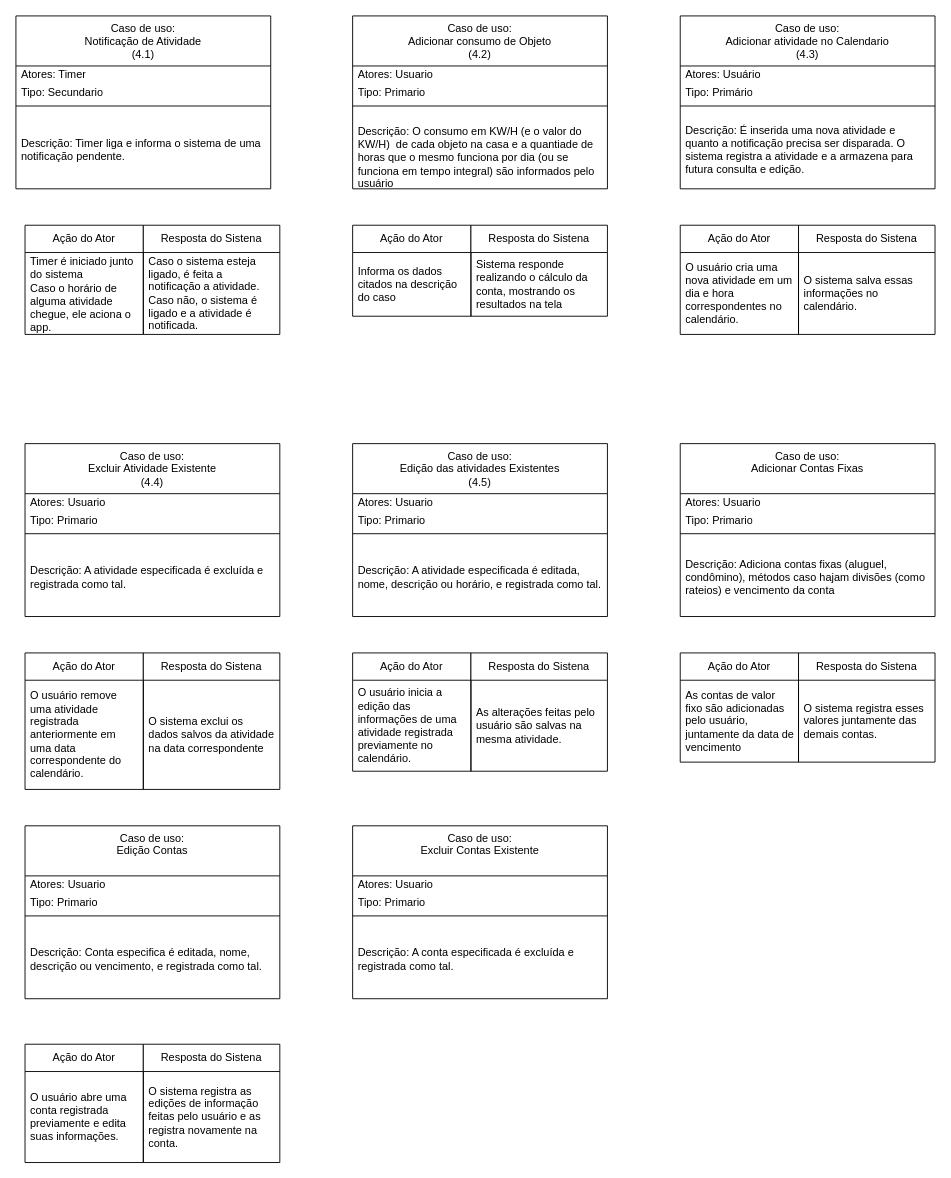
Above: Docs/Caso_de_uso_AltoNivel.drawio in Sleeper02/ESI (draw.io), before the change. Source tidied: cells renumbered, new cells numbered last; positions are measured from the earlier drawing's top-left corner, leaving out a move shared by most shapes. Both pictures are drawn from the tidied source at 91%, with x=0, y=0 at pixel (15, 15).
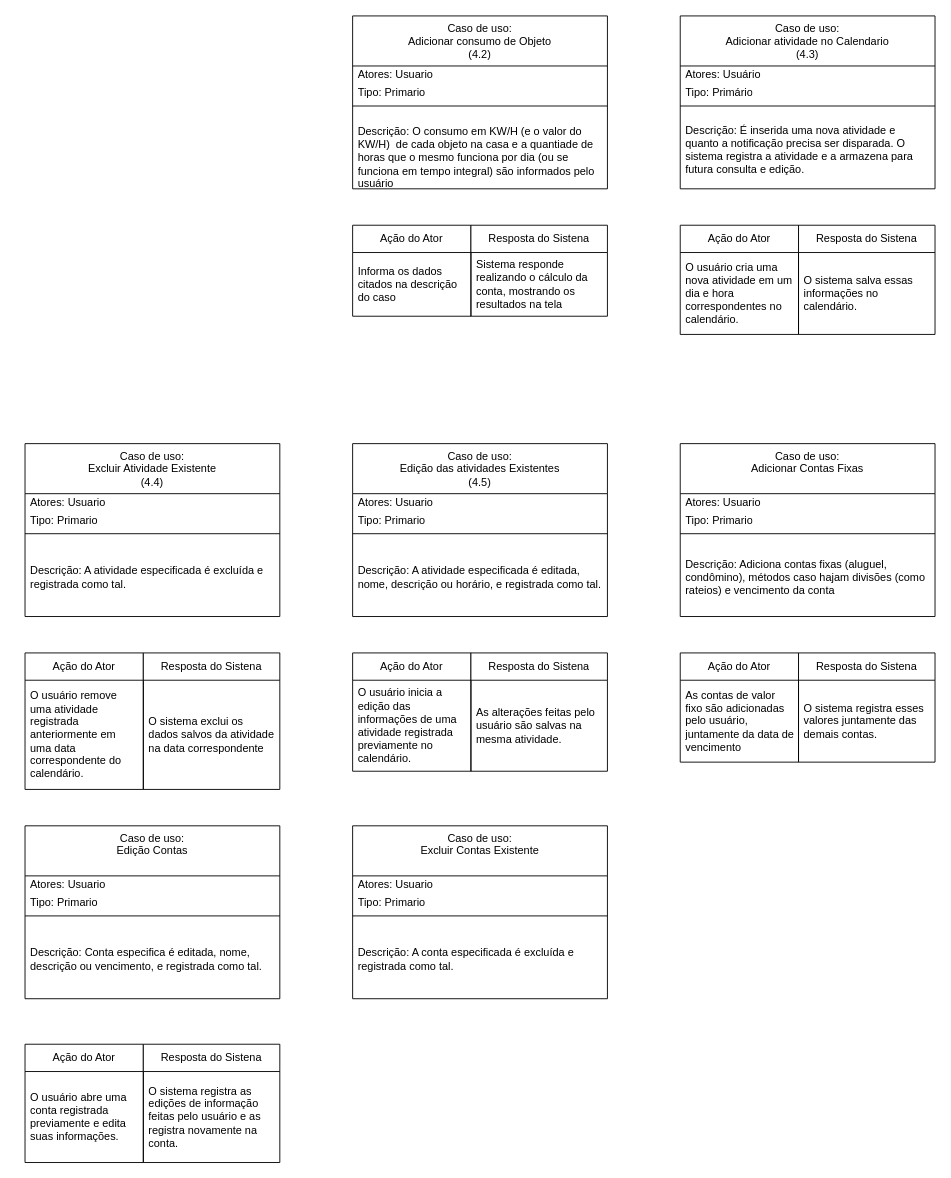
After the change.

What changed in the source:
```diff
@@
-    <mxCell id="12" value="Caso de uso:&lt;br&gt;Notificação de Atividade&lt;br&gt;(4.1)" style="swimlane;fontStyle=0;align=center;verticalAlign=top;horizontal=1;startSize=55;html=1;whiteSpace=wrap;" parent="1" vertex="1">
-      <mxGeometry width="280" height="190" as="geometry" />
-    </mxCell>
-    <mxCell id="13" value="&lt;span style=&quot;&quot;&gt;Atores: Timer&lt;/span&gt;" style="text;html=1;strokeColor=none;fillColor=none;align=left;verticalAlign=middle;spacingLeft=4;spacingRight=4;overflow=hidden;whiteSpace=wrap;" parent="12" vertex="1">
-      <mxGeometry y="55" width="280" height="20" as="geometry" />
-    </mxCell>
-    <mxCell id="14" value="Tipo: Secundario" style="text;html=1;strokeColor=none;fillColor=none;align=left;verticalAlign=middle;spacingLeft=4;spacingRight=4;overflow=hidden;whiteSpace=wrap;" parent="12" vertex="1">
-      <mxGeometry y="75" width="280" height="20" as="geometry" />
-    </mxCell>
-    <mxCell id="15" style="line;strokeWidth=1;fillColor=none;align=left;verticalAlign=middle;spacingTop=-1;spacingLeft=3;spacingRight=3;labelPosition=right;" parent="12" vertex="1">
-      <mxGeometry y="95" width="280" height="8" as="geometry" />
-    </mxCell>
-    <mxCell id="16" value="Descrição: Timer liga e informa o sistema de uma notificação pendente." style="text;html=1;strokeColor=none;fillColor=none;align=left;verticalAlign=middle;spacingLeft=4;spacingRight=4;overflow=hidden;whiteSpace=wrap;" parent="12" vertex="1">
-      <mxGeometry y="103" width="280" height="87" as="geometry" />
-    </mxCell>
@@
-    <mxCell id="37" value="Ação do Ator" style="swimlane;fontStyle=0;horizontal=1;startSize=30;whiteSpace=wrap;html=1;" parent="1" vertex="1">
-      <mxGeometry x="10" y="230" width="130" height="120" as="geometry" />
-    </mxCell>
-    <mxCell id="38" value="Timer é iniciado junto do sistema" style="text;strokeColor=none;fillColor=none;align=left;verticalAlign=middle;spacingLeft=4;spacingRight=4;overflow=hidden;whiteSpace=wrap;html=1;" parent="37" vertex="1">
-      <mxGeometry y="30" width="130" height="30" as="geometry" />
-    </mxCell>
-    <mxCell id="39" value="Caso o horário de alguma atividade chegue, ele aciona o app." style="text;strokeColor=none;fillColor=none;align=left;verticalAlign=middle;spacingLeft=4;spacingRight=4;overflow=hidden;whiteSpace=wrap;html=1;" parent="37" vertex="1">
-      <mxGeometry y="60" width="130" height="60" as="geometry" />
-    </mxCell>
-    <mxCell id="40" value="Resposta do Sistena" style="swimlane;fontStyle=0;horizontal=1;startSize=30;whiteSpace=wrap;html=1;" parent="1" vertex="1">
-      <mxGeometry x="140" y="230" width="150" height="120" as="geometry" />
-    </mxCell>
-    <mxCell id="41" value="Caso o sistema esteja ligado, é feita a notificação a atividade. Caso não, o sistema é ligado e a atividade é&amp;nbsp; notificada." style="text;strokeColor=none;fillColor=none;align=left;verticalAlign=middle;spacingLeft=4;spacingRight=4;overflow=hidden;whiteSpace=wrap;html=1;" parent="40" vertex="1">
-      <mxGeometry y="30" width="150" height="90" as="geometry" />
-    </mxCell>
```
